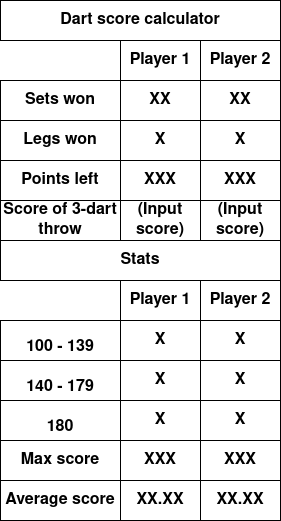
KostasEreksonas/Dart_scoreboard keeps this draw.io diagram as img/score_calculator_GUI_sketch.png. Above is the earlier version. Source tidied: cells renumbered, new cells last; positions are measured from the earlier drawing's top-left corner, leaving out a move shared by most shapes. The source it was exported from:
```xml
<mxGraphModel>
  <root>
    <mxCell id="0" />
    <mxCell id="1" parent="0" />
    <mxCell id="2" value="&lt;b&gt;&lt;font style=&quot;font-size: 16px&quot;&gt;Dart score calculator&lt;/font&gt;&lt;/b&gt;" style="rounded=0;whiteSpace=wrap;html=1;" parent="1" vertex="1">
      <mxGeometry width="280" height="40" as="geometry" />
    </mxCell>
    <mxCell id="3" value="&lt;b&gt;&lt;font style=&quot;font-size: 16px&quot;&gt;Player 1&lt;/font&gt;&lt;/b&gt;" style="rounded=0;whiteSpace=wrap;html=1;" parent="1" vertex="1">
      <mxGeometry x="120" y="40" width="80" height="40" as="geometry" />
    </mxCell>
    <mxCell id="4" value="&lt;b&gt;&lt;font style=&quot;font-size: 16px&quot;&gt;Player 2&lt;br&gt;&lt;/font&gt;&lt;/b&gt;" style="rounded=0;whiteSpace=wrap;html=1;" parent="1" vertex="1">
      <mxGeometry x="200" y="40" width="80" height="40" as="geometry" />
    </mxCell>
    <mxCell id="5" value="&lt;font style=&quot;font-size: 16px&quot;&gt;&lt;b&gt;Score of 3-dart throw&lt;br&gt;&lt;/b&gt;&lt;/font&gt;" style="rounded=0;whiteSpace=wrap;html=1;" parent="1" vertex="1">
      <mxGeometry y="200" width="120" height="40" as="geometry" />
    </mxCell>
    <mxCell id="6" value="&lt;font style=&quot;font-size: 16px&quot;&gt;&lt;b&gt;(Input score)&lt;br&gt;&lt;/b&gt;&lt;/font&gt;" style="rounded=0;whiteSpace=wrap;html=1;" parent="1" vertex="1">
      <mxGeometry x="200" y="200" width="80" height="40" as="geometry" />
    </mxCell>
    <mxCell id="7" value="&lt;font style=&quot;font-size: 16px&quot;&gt;&lt;b&gt;(Input score)&lt;br&gt;&lt;/b&gt;&lt;/font&gt;" style="rounded=0;whiteSpace=wrap;html=1;" parent="1" vertex="1">
      <mxGeometry x="120" y="200" width="80" height="40" as="geometry" />
    </mxCell>
    <mxCell id="8" value="&lt;font style=&quot;font-size: 16px&quot;&gt;&lt;b&gt;Sets won&lt;br&gt;&lt;/b&gt;&lt;/font&gt;" style="rounded=0;whiteSpace=wrap;html=1;" parent="1" vertex="1">
      <mxGeometry y="80" width="120" height="40" as="geometry" />
    </mxCell>
    <mxCell id="9" value="&lt;font style=&quot;font-size: 16px&quot;&gt;&lt;b&gt;XX&lt;/b&gt;&lt;/font&gt;" style="rounded=0;whiteSpace=wrap;html=1;" parent="1" vertex="1">
      <mxGeometry x="200" y="80" width="80" height="40" as="geometry" />
    </mxCell>
    <mxCell id="10" value="&lt;font style=&quot;font-size: 16px&quot;&gt;&lt;b&gt;XX&lt;/b&gt;&lt;/font&gt;" style="rounded=0;whiteSpace=wrap;html=1;" parent="1" vertex="1">
      <mxGeometry x="120" y="80" width="80" height="40" as="geometry" />
    </mxCell>
    <mxCell id="11" value="&lt;font style=&quot;font-size: 16px&quot;&gt;&lt;b&gt;Legs won&lt;br&gt;&lt;/b&gt;&lt;/font&gt;" style="rounded=0;whiteSpace=wrap;html=1;" parent="1" vertex="1">
      <mxGeometry y="120" width="120" height="40" as="geometry" />
    </mxCell>
    <mxCell id="12" value="&lt;font style=&quot;font-size: 16px&quot;&gt;&lt;b&gt;X&lt;/b&gt;&lt;/font&gt;" style="rounded=0;whiteSpace=wrap;html=1;" parent="1" vertex="1">
      <mxGeometry x="200" y="120" width="80" height="40" as="geometry" />
    </mxCell>
    <mxCell id="13" value="&lt;font style=&quot;font-size: 16px&quot;&gt;&lt;b&gt;X&lt;/b&gt;&lt;/font&gt;" style="rounded=0;whiteSpace=wrap;html=1;" parent="1" vertex="1">
      <mxGeometry x="120" y="120" width="80" height="40" as="geometry" />
    </mxCell>
    <mxCell id="14" value="&lt;font style=&quot;font-size: 16px&quot;&gt;&lt;b&gt;Points left&lt;br&gt;&lt;/b&gt;&lt;/font&gt;" style="rounded=0;whiteSpace=wrap;html=1;" parent="1" vertex="1">
      <mxGeometry y="160" width="120" height="40" as="geometry" />
    </mxCell>
    <mxCell id="15" value="&lt;font style=&quot;font-size: 16px&quot;&gt;&lt;b&gt;XXX&lt;/b&gt;&lt;/font&gt;" style="rounded=0;whiteSpace=wrap;html=1;" parent="1" vertex="1">
      <mxGeometry x="200" y="160" width="80" height="40" as="geometry" />
    </mxCell>
    <mxCell id="16" value="&lt;font style=&quot;font-size: 16px&quot;&gt;&lt;b&gt;XXX&lt;/b&gt;&lt;/font&gt;" style="rounded=0;whiteSpace=wrap;html=1;" parent="1" vertex="1">
      <mxGeometry x="120" y="160" width="80" height="40" as="geometry" />
    </mxCell>
    <mxCell id="17" value="&lt;b&gt;&lt;font style=&quot;font-size: 16px&quot;&gt;Player 1&lt;/font&gt;&lt;/b&gt;" style="rounded=0;whiteSpace=wrap;html=1;" parent="1" vertex="1">
      <mxGeometry x="120" y="280" width="80" height="40" as="geometry" />
    </mxCell>
    <mxCell id="18" value="&lt;b&gt;&lt;font style=&quot;font-size: 16px&quot;&gt;Player 2&lt;br&gt;&lt;/font&gt;&lt;/b&gt;" style="rounded=0;whiteSpace=wrap;html=1;" parent="1" vertex="1">
      <mxGeometry x="200" y="280" width="80" height="40" as="geometry" />
    </mxCell>
    <mxCell id="19" value="&lt;br&gt;&lt;b&gt;&lt;font style=&quot;font-size: 16px&quot;&gt;100 - 139&lt;br&gt;&lt;/font&gt;&lt;/b&gt;" style="rounded=0;whiteSpace=wrap;html=1;" parent="1" vertex="1">
      <mxGeometry y="320" width="120" height="40" as="geometry" />
    </mxCell>
    <mxCell id="20" value="&lt;br&gt;&lt;b&gt;&lt;font style=&quot;font-size: 16px&quot;&gt;140 - 179&lt;br&gt;&lt;/font&gt;&lt;/b&gt;" style="rounded=0;whiteSpace=wrap;html=1;" parent="1" vertex="1">
      <mxGeometry y="360" width="120" height="40" as="geometry" />
    </mxCell>
    <mxCell id="21" value="&lt;br&gt;&lt;b&gt;&lt;font style=&quot;font-size: 16px&quot;&gt;180&lt;/font&gt;&lt;/b&gt;" style="rounded=0;whiteSpace=wrap;html=1;" parent="1" vertex="1">
      <mxGeometry y="400" width="120" height="40" as="geometry" />
    </mxCell>
    <mxCell id="22" value="&lt;font style=&quot;font-size: 16px&quot;&gt;&lt;b&gt;X&lt;/b&gt;&lt;/font&gt;" style="rounded=0;whiteSpace=wrap;html=1;" parent="1" vertex="1">
      <mxGeometry x="120" y="320" width="80" height="40" as="geometry" />
    </mxCell>
    <mxCell id="23" value="&lt;font style=&quot;font-size: 16px&quot;&gt;&lt;b&gt;X&lt;/b&gt;&lt;/font&gt;" style="rounded=0;whiteSpace=wrap;html=1;" parent="1" vertex="1">
      <mxGeometry x="200" y="320" width="80" height="40" as="geometry" />
    </mxCell>
    <mxCell id="24" value="&lt;font style=&quot;font-size: 16px&quot;&gt;&lt;b&gt;X&lt;/b&gt;&lt;/font&gt;" style="rounded=0;whiteSpace=wrap;html=1;" parent="1" vertex="1">
      <mxGeometry x="120" y="360" width="80" height="40" as="geometry" />
    </mxCell>
    <mxCell id="25" value="&lt;font style=&quot;font-size: 16px&quot;&gt;&lt;b&gt;X&lt;/b&gt;&lt;/font&gt;" style="rounded=0;whiteSpace=wrap;html=1;" parent="1" vertex="1">
      <mxGeometry x="200" y="360" width="80" height="40" as="geometry" />
    </mxCell>
    <mxCell id="26" value="&lt;font style=&quot;font-size: 16px&quot;&gt;&lt;b&gt;X&lt;/b&gt;&lt;/font&gt;" style="rounded=0;whiteSpace=wrap;html=1;" parent="1" vertex="1">
      <mxGeometry x="120" y="400" width="80" height="40" as="geometry" />
    </mxCell>
    <mxCell id="27" value="&lt;font style=&quot;font-size: 16px&quot;&gt;&lt;b&gt;X&lt;/b&gt;&lt;/font&gt;" style="rounded=0;whiteSpace=wrap;html=1;" parent="1" vertex="1">
      <mxGeometry x="200" y="400" width="80" height="40" as="geometry" />
    </mxCell>
    <mxCell id="28" value="&lt;font style=&quot;font-size: 16px&quot;&gt;&lt;b&gt;Stats&lt;/b&gt;&lt;/font&gt;" style="rounded=0;whiteSpace=wrap;html=1;" parent="1" vertex="1">
      <mxGeometry y="240" width="280" height="40" as="geometry" />
    </mxCell>
    <mxCell id="29" value="&lt;font style=&quot;font-size: 16px&quot;&gt;&lt;b&gt;Max score&lt;br&gt;&lt;/b&gt;&lt;/font&gt;" style="rounded=0;whiteSpace=wrap;html=1;" parent="1" vertex="1">
      <mxGeometry y="440" width="120" height="40" as="geometry" />
    </mxCell>
    <mxCell id="30" value="&lt;font style=&quot;font-size: 16px&quot;&gt;&lt;b&gt;Average score&lt;br&gt;&lt;/b&gt;&lt;/font&gt;" style="rounded=0;whiteSpace=wrap;html=1;" parent="1" vertex="1">
      <mxGeometry y="480" width="120" height="40" as="geometry" />
    </mxCell>
    <mxCell id="31" value="&lt;font style=&quot;font-size: 16px&quot;&gt;&lt;b&gt;X&lt;/b&gt;&lt;/font&gt;&lt;font size=&quot;1&quot;&gt;&lt;b style=&quot;font-size: 16px&quot;&gt;XX&lt;/b&gt;&lt;/font&gt;" style="rounded=0;whiteSpace=wrap;html=1;" parent="1" vertex="1">
      <mxGeometry x="120" y="440" width="80" height="40" as="geometry" />
    </mxCell>
    <mxCell id="32" value="&lt;font style=&quot;font-size: 16px&quot;&gt;&lt;b&gt;X&lt;/b&gt;&lt;/font&gt;&lt;font size=&quot;1&quot;&gt;&lt;b style=&quot;font-size: 16px&quot;&gt;XX&lt;/b&gt;&lt;/font&gt;" style="rounded=0;whiteSpace=wrap;html=1;" parent="1" vertex="1">
      <mxGeometry x="200" y="440" width="80" height="40" as="geometry" />
    </mxCell>
    <mxCell id="33" value="&lt;font style=&quot;font-size: 16px&quot;&gt;&lt;b&gt;XX.XX&lt;/b&gt;&lt;/font&gt;" style="rounded=0;whiteSpace=wrap;html=1;" parent="1" vertex="1">
      <mxGeometry x="120" y="480" width="80" height="40" as="geometry" />
    </mxCell>
    <mxCell id="34" value="&lt;font style=&quot;font-size: 16px&quot;&gt;&lt;b&gt;XX.XX&lt;/b&gt;&lt;/font&gt;" style="rounded=0;whiteSpace=wrap;html=1;" parent="1" vertex="1">
      <mxGeometry x="200" y="480" width="80" height="40" as="geometry" />
    </mxCell>
  </root>
</mxGraphModel>
```
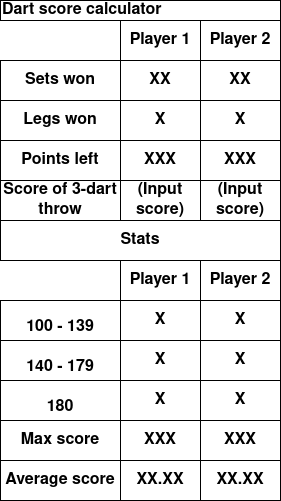
After the commit.

Commit message:
Updated image of a GUI look sketch

What changed in the source:
```diff
@@ -2,8 +2,8 @@
   <root>
     <mxCell id="0" />
     <mxCell id="1" parent="0" />
-    <mxCell id="2" value="&lt;b&gt;&lt;font style=&quot;font-size: 16px&quot;&gt;Dart score calculator&lt;/font&gt;&lt;/b&gt;" style="rounded=0;whiteSpace=wrap;html=1;" parent="1" vertex="1">
-      <mxGeometry width="280" height="40" as="geometry" />
+    <mxCell id="2" value="&lt;div align=&quot;left&quot;&gt;&lt;b&gt;&lt;font style=&quot;font-size: 16px&quot;&gt;Dart score calculator&lt;/font&gt;&lt;/b&gt;&lt;/div&gt;" style="rounded=0;whiteSpace=wrap;html=1;align=left;" parent="1" vertex="1">
+      <mxGeometry y="20" width="280" height="20" as="geometry" />
     </mxCell>
     <mxCell id="3" value="&lt;b&gt;&lt;font style=&quot;font-size: 16px&quot;&gt;Player 1&lt;/font&gt;&lt;/b&gt;" style="rounded=0;whiteSpace=wrap;html=1;" parent="1" vertex="1">
       <mxGeometry x="120" y="40" width="80" height="40" as="geometry" />
```
